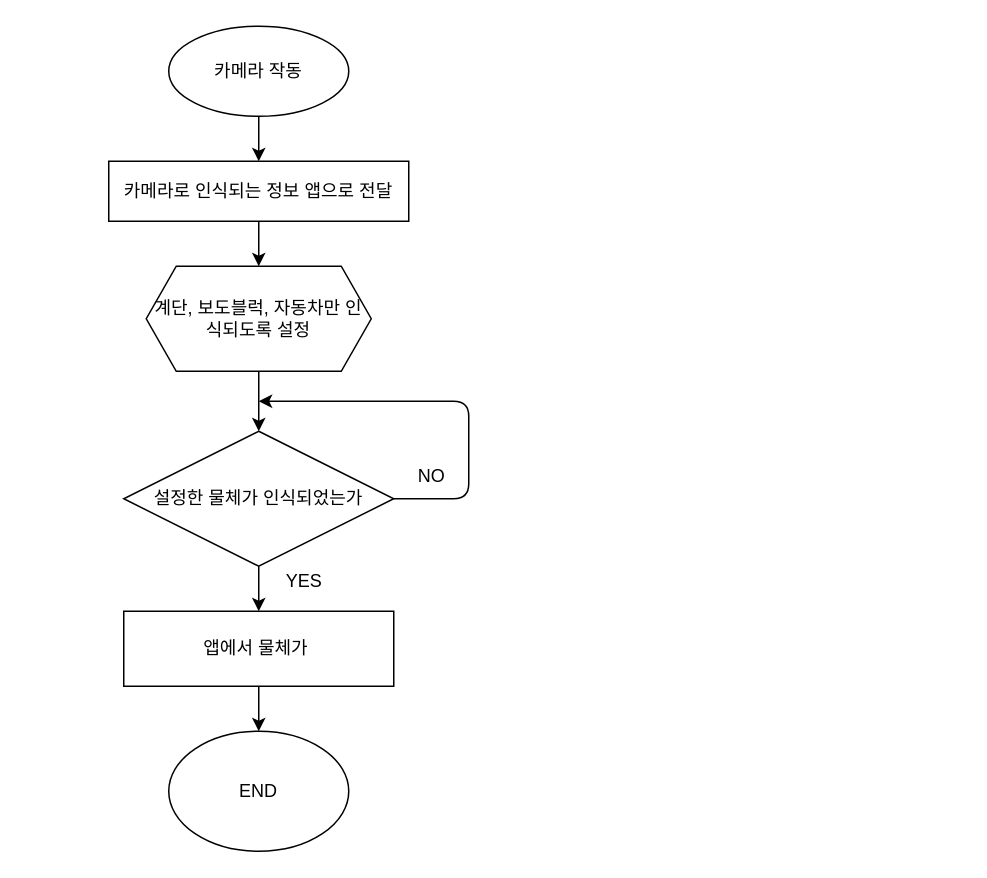
This is Untitled Diagram.drawio from alszun/alszun, a draw.io file, before an edit. Source tidied: cells renumbered, new cells numbered last; positions are measured from the earlier drawing's top-left corner, leaving out a move shared by most shapes. Both pictures are drawn from the tidied source at 150%, with x=0, y=0 at pixel (108, 26).
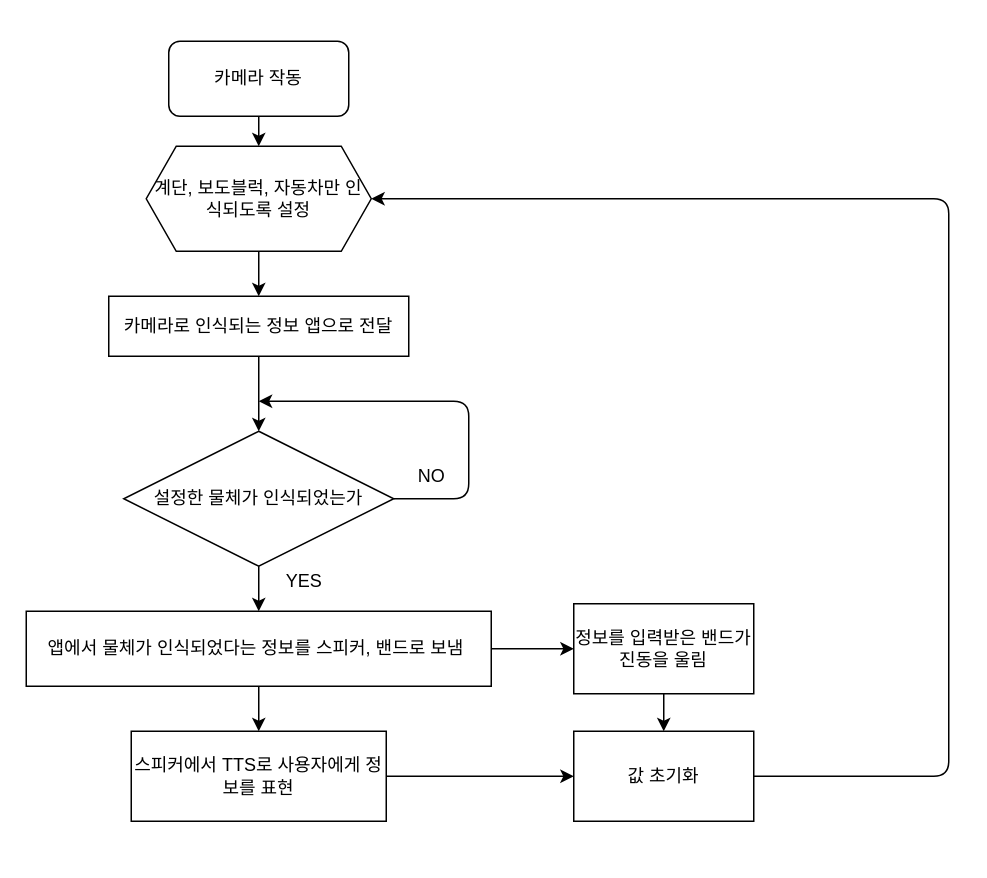
Above is the later version.

The change refers to these unchanged cells:
```xml
<mxCell id="2" value="설정한 물체가 인식되었는가" style="rhombus;whiteSpace=wrap;html=1;" parent="1" vertex="1">
  <mxGeometry x="10" y="270" width="180" height="90" as="geometry" />
</mxCell>
```

Change to the diagram source:
```diff
@@
     <mxCell id="3" value="계단, 보도블럭, 자동차만 인식되도록 설정" style="shape=hexagon;perimeter=hexagonPerimeter2;whiteSpace=wrap;html=1;fixedSize=1;" parent="1" vertex="1">
-      <mxGeometry x="25" y="160" width="150" height="70" as="geometry" />
+      <mxGeometry x="25" y="80" width="150" height="70" as="geometry" />
     </mxCell>
-    <mxCell id="4" style="endArrow=classic;html=1;exitX=0.5;exitY=1;exitDx=0;exitDy=0;entryX=0.5;entryY=0;entryDx=0;entryDy=0;" parent="1" edge="1" source="3" target="2">
+    <mxCell id="4" style="endArrow=classic;html=1;entryX=0.5;entryY=0;entryDx=0;entryDy=0;exitX=0.5;exitY=1;exitDx=0;exitDy=0;" parent="1" edge="1" source="13" target="2">
       <mxGeometry relative="1" as="geometry" />
     </mxCell>
@@
-    <mxCell id="9" value="앱에서 물체가&amp;nbsp;" style="rounded=0;whiteSpace=wrap;html=1;" parent="1" vertex="1">
-      <mxGeometry x="10" y="390" width="180" height="50" as="geometry" />
+    <mxCell id="9" value="앱에서 물체가 인식되었다는 정보를 스피커, 밴드로 보냄&amp;nbsp;" style="rounded=0;whiteSpace=wrap;html=1;" parent="1" vertex="1">
+      <mxGeometry x="-55" y="390" width="310" height="50" as="geometry" />
     </mxCell>
-    <mxCell id="10" value="END" style="ellipse;whiteSpace=wrap;html=1;" parent="1" vertex="1">
-      <mxGeometry x="40" y="470" width="120" height="80" as="geometry" />
-    </mxCell>
-    <mxCell id="11" style="endArrow=classic;html=1;exitX=0.5;exitY=1;exitDx=0;exitDy=0;" parent="1" edge="1" source="9" target="10">
+    <mxCell id="11" style="endArrow=classic;html=1;exitX=0.5;exitY=1;exitDx=0;exitDy=0;entryX=0.5;entryY=0;entryDx=0;entryDy=0;" parent="1" edge="1" source="9" target="17">
       <mxGeometry relative="1" as="geometry" />
     </mxCell>
-    <mxCell id="12" value="카메라 작동" style="ellipse;whiteSpace=wrap;html=1;" parent="1" vertex="1">
-      <mxGeometry x="40" width="120" height="60" as="geometry" />
-    </mxCell>
     <mxCell id="13" value="카메라로 인식되는 정보 앱으로 전달" style="rounded=0;whiteSpace=wrap;html=1;" parent="1" vertex="1">
-      <mxGeometry y="90" width="200" height="40" as="geometry" />
+      <mxGeometry y="180" width="200" height="40" as="geometry" />
     </mxCell>
-    <mxCell id="14" style="endArrow=classic;html=1;exitX=0.5;exitY=1;exitDx=0;exitDy=0;entryX=0.5;entryY=0;entryDx=0;entryDy=0;" parent="1" edge="1" source="12" target="13">
-      <mxGeometry relative="1" as="geometry" />
+    <mxCell id="14" style="endArrow=classic;html=1;exitX=0.5;exitY=1;exitDx=0;exitDy=0;entryX=0.5;entryY=0;entryDx=0;entryDy=0;" parent="1" edge="1" target="3">
+      <mxGeometry relative="1" as="geometry">
+        <mxPoint x="100" y="60" as="sourcePoint" />
+      </mxGeometry>
     </mxCell>
-    <mxCell id="15" style="endArrow=classic;html=1;exitX=0.5;exitY=1;exitDx=0;exitDy=0;entryX=0.5;entryY=0;entryDx=0;entryDy=0;" parent="1" edge="1" source="13" target="3">
+    <mxCell id="15" style="endArrow=classic;html=1;entryX=0.5;entryY=0;entryDx=0;entryDy=0;exitX=0.5;exitY=1;exitDx=0;exitDy=0;" parent="1" edge="1" source="3" target="13">
       <mxGeometry relative="1" as="geometry" />
     </mxCell>
+    <mxCell id="16" value="정보를 입력받은 밴드가 진동을 울림" style="rounded=0;whiteSpace=wrap;html=1;" parent="1" vertex="1">
+      <mxGeometry x="310" y="385" width="120" height="60" as="geometry" />
+    </mxCell>
+    <mxCell id="17" value="스피커에서 TTS로 사용자에게 정보를 표현" style="rounded=0;whiteSpace=wrap;html=1;" parent="1" vertex="1">
+      <mxGeometry x="15" y="470" width="170" height="60" as="geometry" />
+    </mxCell>
+    <mxCell id="18" style="endArrow=classic;html=1;exitX=1;exitY=0.5;exitDx=0;exitDy=0;entryX=0;entryY=0.5;entryDx=0;entryDy=0;" parent="1" edge="1" source="9" target="16">
+      <mxGeometry relative="1" as="geometry" />
+    </mxCell>
+    <mxCell id="19" style="endArrow=classic;html=1;exitX=0.5;exitY=1;exitDx=0;exitDy=0;entryX=0.5;entryY=0;entryDx=0;entryDy=0;" parent="1" edge="1" source="16">
+      <mxGeometry relative="1" as="geometry">
+        <mxPoint x="370" y="470" as="targetPoint" />
+      </mxGeometry>
+    </mxCell>
+    <mxCell id="20" style="endArrow=classic;html=1;entryX=0;entryY=0.5;entryDx=0;entryDy=0;exitX=1;exitY=0.5;exitDx=0;exitDy=0;" parent="1" edge="1" source="17">
+      <mxGeometry relative="1" as="geometry">
+        <mxPoint x="310" y="500" as="targetPoint" />
+      </mxGeometry>
+    </mxCell>
+    <mxCell id="12" value="카메라 작동" style="rounded=1;whiteSpace=wrap;html=1;" parent="1" vertex="1">
+      <mxGeometry x="40" y="10" width="120" height="50" as="geometry" />
+    </mxCell>
+    <mxCell id="21" value="값 초기화" style="rounded=0;whiteSpace=wrap;html=1;" parent="1" vertex="1">
+      <mxGeometry x="310" y="470" width="120" height="60" as="geometry" />
+    </mxCell>
+    <mxCell id="22" style="endArrow=classic;html=1;entryX=1;entryY=0.5;entryDx=0;entryDy=0;" parent="1" edge="1" target="3">
+      <mxGeometry relative="1" as="geometry">
+        <mxPoint x="430" y="500" as="sourcePoint" />
+        <Array as="points">
+          <mxPoint x="560" y="500" />
+          <mxPoint x="560" y="115" />
+        </Array>
+      </mxGeometry>
+    </mxCell>
```
